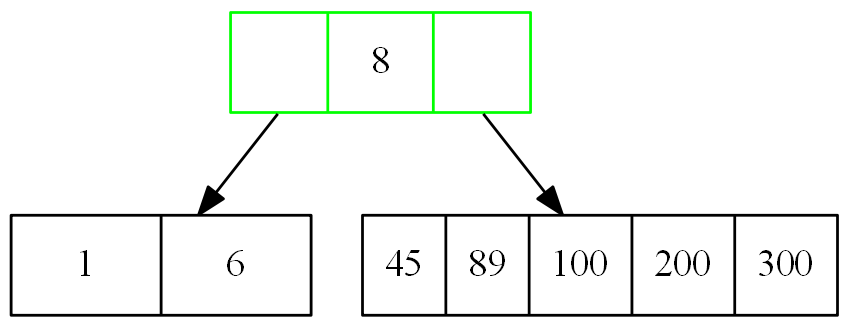
Above: btree.png in montherbasir/EDD_DIC_2019_PY2_201807120 (Graphviz), before the change. Its source is kept beside it as btree.dot.
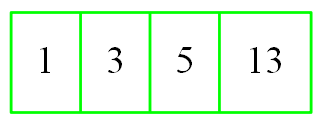
Later version of the same file.

Diff of the diagram source:
```diff
@@ -3,9 +3,5 @@
 rankdir = TB;
 node [shape=record, height=0.5, width=1.5];
 graph[dpi=200];
-"8"[label="<C0>|8|<C1>", color="green"];
-"1"[label="1|6"];
-"45"[label="45|89|100|200|300"];
-"8":C0->"1";
-"8":C1->"45";
+"1"[label="1|3|5|13", color="green"];
 }
```
